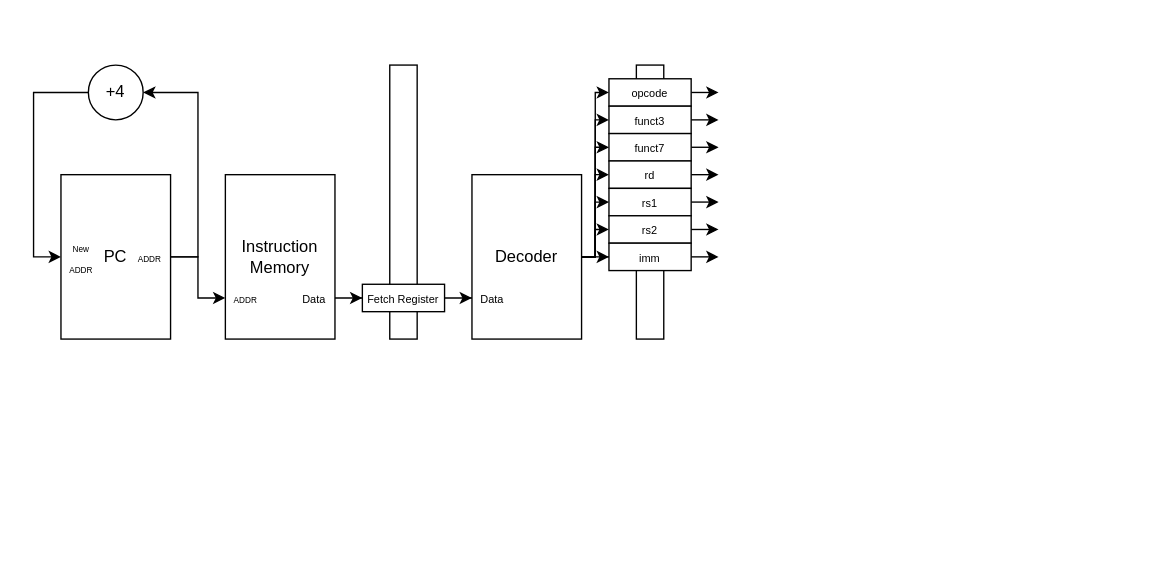
The draw.io diagram docs/imgs/microarchitecture/multi-cycle_datapath.drawio in WachirawichN/C0-CPU, before the edit. Source tidied: cells renumbered, new cells numbered last; positions are measured from the earlier drawing's top-left corner, leaving out a move shared by most shapes. Both pictures are drawn from the tidied source at 137%, with x=0, y=0 at pixel (33, 64).
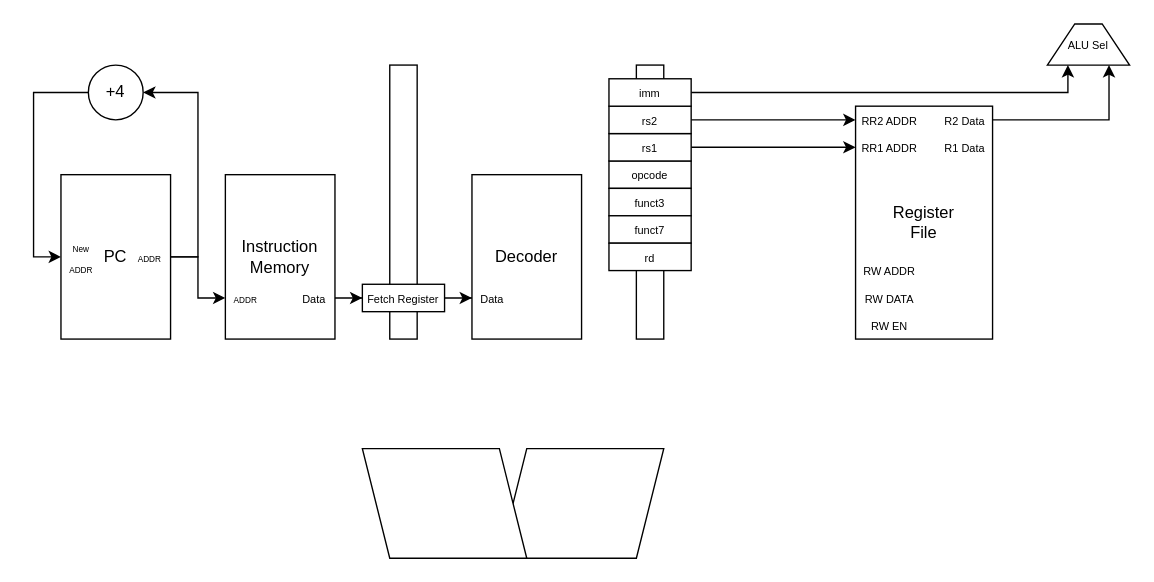
After the change.

Commit message (it also covers changes not shown here):
A bit of progress to execute stage section.

Unchanged cells that the change refers to:
```xml
<mxCell id="19" value="Decoder" style="rounded=0;whiteSpace=wrap;html=1;strokeColor=light-dark(#000000,#FFFFFF);fillColor=light-dark(#FFFFFF,#000000);" parent="18" vertex="1">
  <mxGeometry width="80" height="120" as="geometry" />
</mxCell>
```

The edit, as a diff of the source:
```diff
@@
-    <mxCell id="21" style="group;" parent="1" vertex="1">
-      <mxGeometry x="420" width="60" height="200" as="geometry" />
-    </mxCell>
+    <mxCell id="44" style="shape=parallelogram;perimeter=parallelogramPerimeter;whiteSpace=wrap;html=1;fixedSize=1;strokeColor=default;" parent="1" vertex="1">
+      <mxGeometry x="340" y="280" width="120" height="80" as="geometry" />
+    </mxCell>
+    <mxCell id="45" style="shape=parallelogram;perimeter=parallelogramPerimeter;whiteSpace=wrap;html=1;fixedSize=1;flipH=1;strokeColor=default;" parent="1" vertex="1">
+      <mxGeometry x="240" y="280" width="120" height="80" as="geometry" />
+    </mxCell>
-    <mxCell id="22" style="rounded=0;whiteSpace=wrap;html=1;strokeColor=light-dark(#000000,#FFFFFF);fillColor=light-dark(#FFFFFF,#000000);" parent="21" vertex="1">
-      <mxGeometry x="20" width="20" height="200" as="geometry" />
+    <mxCell id="22" style="rounded=0;whiteSpace=wrap;html=1;strokeColor=light-dark(#000000,#FFFFFF);fillColor=light-dark(#FFFFFF,#000000);" parent="1" vertex="1">
+      <mxGeometry x="440" width="20" height="200" as="geometry" />
     </mxCell>
-    <mxCell id="23" style="edgeStyle=orthogonalEdgeStyle;rounded=0;jettySize=auto;html=1;" parent="21" edge="1" source="24">
-      <mxGeometry relative="1" as="geometry">
-        <mxPoint x="80" y="20" as="targetPoint" />
-      </mxGeometry>
-    </mxCell>
-    <mxCell id="24" value="&lt;font style=&quot;font-size: 8px;&quot;&gt;opcode&lt;/font&gt;" style="rounded=0;whiteSpace=wrap;html=1;strokeColor=light-dark(#000000,#FFFFFF);fillColor=light-dark(#FFFFFF,#000000);" parent="21" vertex="1">
-      <mxGeometry y="10" width="60" height="20" as="geometry" />
+    <mxCell id="24" value="&lt;font style=&quot;font-size: 8px;&quot;&gt;opcode&lt;/font&gt;" style="rounded=0;whiteSpace=wrap;html=1;strokeColor=light-dark(#000000,#FFFFFF);fillColor=light-dark(#FFFFFF,#000000);" parent="1" vertex="1">
+      <mxGeometry x="420" y="70" width="60" height="20" as="geometry" />
     </mxCell>
-    <mxCell id="25" style="edgeStyle=orthogonalEdgeStyle;rounded=0;jettySize=auto;html=1;" parent="21" edge="1" source="26">
-      <mxGeometry relative="1" as="geometry">
-        <mxPoint x="80" y="40" as="targetPoint" />
-      </mxGeometry>
-    </mxCell>
-    <mxCell id="26" value="&lt;font style=&quot;font-size: 8px;&quot;&gt;funct3&lt;/font&gt;" style="rounded=0;whiteSpace=wrap;html=1;strokeColor=light-dark(#000000,#FFFFFF);fillColor=light-dark(#FFFFFF,#000000);" parent="21" vertex="1">
-      <mxGeometry y="30" width="60" height="20" as="geometry" />
+    <mxCell id="26" value="&lt;font style=&quot;font-size: 8px;&quot;&gt;funct3&lt;/font&gt;" style="rounded=0;whiteSpace=wrap;html=1;strokeColor=light-dark(#000000,#FFFFFF);fillColor=light-dark(#FFFFFF,#000000);" parent="1" vertex="1">
+      <mxGeometry x="420" y="90" width="60" height="20" as="geometry" />
     </mxCell>
-    <mxCell id="27" style="edgeStyle=orthogonalEdgeStyle;rounded=0;jettySize=auto;html=1;" parent="21" edge="1" source="28">
-      <mxGeometry relative="1" as="geometry">
-        <mxPoint x="80" y="60" as="targetPoint" />
-      </mxGeometry>
-    </mxCell>
-    <mxCell id="28" value="&lt;div&gt;&lt;font style=&quot;font-size: 8px;&quot;&gt;funct7&lt;/font&gt;&lt;/div&gt;" style="rounded=0;whiteSpace=wrap;html=1;strokeColor=light-dark(#000000,#FFFFFF);fillColor=light-dark(#FFFFFF,#000000);" parent="21" vertex="1">
-      <mxGeometry y="50" width="60" height="20" as="geometry" />
+    <mxCell id="28" value="&lt;div&gt;&lt;font style=&quot;font-size: 8px;&quot;&gt;funct7&lt;/font&gt;&lt;/div&gt;" style="rounded=0;whiteSpace=wrap;html=1;strokeColor=light-dark(#000000,#FFFFFF);fillColor=light-dark(#FFFFFF,#000000);" parent="1" vertex="1">
+      <mxGeometry x="420" y="110" width="60" height="20" as="geometry" />
     </mxCell>
-    <mxCell id="29" style="edgeStyle=orthogonalEdgeStyle;rounded=0;jettySize=auto;html=1;" parent="21" edge="1" source="30">
-      <mxGeometry relative="1" as="geometry">
-        <mxPoint x="80" y="80" as="targetPoint" />
-      </mxGeometry>
-    </mxCell>
-    <mxCell id="30" value="&lt;div&gt;&lt;font style=&quot;font-size: 8px;&quot;&gt;rd&lt;/font&gt;&lt;/div&gt;" style="rounded=0;whiteSpace=wrap;html=1;strokeColor=light-dark(#000000,#FFFFFF);fillColor=light-dark(#FFFFFF,#000000);" parent="21" vertex="1">
-      <mxGeometry y="70" width="60" height="20" as="geometry" />
+    <mxCell id="30" value="&lt;div&gt;&lt;font style=&quot;font-size: 8px;&quot;&gt;rd&lt;/font&gt;&lt;/div&gt;" style="rounded=0;whiteSpace=wrap;html=1;strokeColor=light-dark(#000000,#FFFFFF);fillColor=light-dark(#FFFFFF,#000000);" parent="1" vertex="1">
+      <mxGeometry x="420" y="130" width="60" height="20" as="geometry" />
     </mxCell>
-    <mxCell id="31" style="edgeStyle=orthogonalEdgeStyle;rounded=0;jettySize=auto;html=1;" parent="21" edge="1" source="32">
-      <mxGeometry relative="1" as="geometry">
-        <mxPoint x="80" y="100" as="targetPoint" />
-      </mxGeometry>
-    </mxCell>
+    <mxCell id="46" style="edgeStyle=orthogonalEdgeStyle;rounded=0;jettySize=auto;html=1;entryX=0;entryY=0.5;entryDx=0;entryDy=0;" parent="1" edge="1" source="32" target="52">
+      <mxGeometry relative="1" as="geometry" />
+    </mxCell>
-    <mxCell id="32" value="&lt;font style=&quot;font-size: 8px;&quot;&gt;rs1&lt;/font&gt;" style="rounded=0;whiteSpace=wrap;html=1;strokeColor=light-dark(#000000,#FFFFFF);fillColor=light-dark(#FFFFFF,#000000);" parent="21" vertex="1">
-      <mxGeometry y="90" width="60" height="20" as="geometry" />
+    <mxCell id="32" value="&lt;font style=&quot;font-size: 8px;&quot;&gt;rs1&lt;/font&gt;" style="rounded=0;whiteSpace=wrap;html=1;strokeColor=light-dark(#000000,#FFFFFF);fillColor=light-dark(#FFFFFF,#000000);" parent="1" vertex="1">
+      <mxGeometry x="420" y="50" width="60" height="20" as="geometry" />
     </mxCell>
-    <mxCell id="33" style="edgeStyle=orthogonalEdgeStyle;rounded=0;jettySize=auto;html=1;" parent="21" edge="1" source="34">
-      <mxGeometry relative="1" as="geometry">
-        <mxPoint x="80" y="120" as="targetPoint" />
-      </mxGeometry>
-    </mxCell>
+    <mxCell id="47" style="edgeStyle=orthogonalEdgeStyle;rounded=0;jettySize=auto;html=1;entryX=0;entryY=0.5;entryDx=0;entryDy=0;" parent="1" edge="1" source="34" target="53">
+      <mxGeometry relative="1" as="geometry" />
+    </mxCell>
-    <mxCell id="34" value="&lt;font style=&quot;font-size: 8px;&quot;&gt;rs2&lt;/font&gt;" style="rounded=0;whiteSpace=wrap;html=1;strokeColor=light-dark(#000000,#FFFFFF);fillColor=light-dark(#FFFFFF,#000000);" parent="21" vertex="1">
-      <mxGeometry y="110" width="60" height="20" as="geometry" />
+    <mxCell id="34" value="&lt;font style=&quot;font-size: 8px;&quot;&gt;rs2&lt;/font&gt;" style="rounded=0;whiteSpace=wrap;html=1;strokeColor=light-dark(#000000,#FFFFFF);fillColor=light-dark(#FFFFFF,#000000);" parent="1" vertex="1">
+      <mxGeometry x="420" y="30" width="60" height="20" as="geometry" />
     </mxCell>
-    <mxCell id="35" style="edgeStyle=orthogonalEdgeStyle;rounded=0;jettySize=auto;html=1;" parent="21" edge="1" source="36">
-      <mxGeometry relative="1" as="geometry">
-        <mxPoint x="80" y="140" as="targetPoint" />
-      </mxGeometry>
-    </mxCell>
+    <mxCell id="48" style="edgeStyle=orthogonalEdgeStyle;rounded=0;jettySize=auto;html=1;entryX=0.25;entryY=1;entryDx=0;entryDy=0;" parent="1" edge="1" source="36" target="50">
+      <mxGeometry relative="1" as="geometry" />
+    </mxCell>
-    <mxCell id="36" value="&lt;font style=&quot;font-size: 8px;&quot;&gt;imm&lt;/font&gt;" style="rounded=0;whiteSpace=wrap;html=1;strokeColor=light-dark(#000000,#FFFFFF);fillColor=light-dark(#FFFFFF,#000000);" parent="21" vertex="1">
-      <mxGeometry y="130" width="60" height="20" as="geometry" />
+    <mxCell id="36" value="&lt;font style=&quot;font-size: 8px;&quot;&gt;imm&lt;/font&gt;" style="rounded=0;whiteSpace=wrap;html=1;strokeColor=light-dark(#000000,#FFFFFF);fillColor=light-dark(#FFFFFF,#000000);" parent="1" vertex="1">
+      <mxGeometry x="420" y="10" width="60" height="20" as="geometry" />
     </mxCell>
-    <mxCell id="37" style="edgeStyle=orthogonalEdgeStyle;rounded=0;jettySize=auto;html=1;entryX=0;entryY=0.5;entryDx=0;entryDy=0;" parent="1" edge="1" source="19" target="24">
-      <mxGeometry relative="1" as="geometry">
-        <Array as="points">
-          <mxPoint x="410" y="140" />
-          <mxPoint x="410" y="20" />
-        </Array>
-      </mxGeometry>
-    </mxCell>
-    <mxCell id="38" style="edgeStyle=orthogonalEdgeStyle;rounded=0;jettySize=auto;html=1;entryX=0;entryY=0.5;entryDx=0;entryDy=0;" parent="1" edge="1" source="19" target="26">
-      <mxGeometry relative="1" as="geometry">
-        <Array as="points">
-          <mxPoint x="410" y="140" />
-          <mxPoint x="410" y="40" />
-        </Array>
-      </mxGeometry>
-    </mxCell>
-    <mxCell id="39" style="edgeStyle=orthogonalEdgeStyle;rounded=0;jettySize=auto;html=1;entryX=0;entryY=0.5;entryDx=0;entryDy=0;" parent="1" edge="1" source="19" target="28">
-      <mxGeometry relative="1" as="geometry">
-        <Array as="points">
-          <mxPoint x="410" y="140" />
-          <mxPoint x="410" y="60" />
-        </Array>
-      </mxGeometry>
-    </mxCell>
-    <mxCell id="40" style="edgeStyle=orthogonalEdgeStyle;rounded=0;jettySize=auto;html=1;entryX=0;entryY=0.5;entryDx=0;entryDy=0;" parent="1" edge="1" source="19" target="30">
-      <mxGeometry relative="1" as="geometry">
-        <Array as="points">
-          <mxPoint x="410" y="140" />
-          <mxPoint x="410" y="80" />
-        </Array>
-      </mxGeometry>
-    </mxCell>
-    <mxCell id="41" style="edgeStyle=orthogonalEdgeStyle;rounded=0;jettySize=auto;html=1;entryX=0;entryY=0.5;entryDx=0;entryDy=0;" parent="1" edge="1" source="19" target="32">
-      <mxGeometry relative="1" as="geometry">
-        <Array as="points">
-          <mxPoint x="410" y="140" />
-          <mxPoint x="410" y="100" />
-        </Array>
-      </mxGeometry>
-    </mxCell>
-    <mxCell id="42" style="edgeStyle=orthogonalEdgeStyle;rounded=0;jettySize=auto;html=1;entryX=0;entryY=0.5;entryDx=0;entryDy=0;" parent="1" edge="1" source="19" target="34">
-      <mxGeometry relative="1" as="geometry">
-        <Array as="points">
-          <mxPoint x="410" y="140" />
-          <mxPoint x="410" y="120" />
-        </Array>
-      </mxGeometry>
-    </mxCell>
-    <mxCell id="43" style="edgeStyle=orthogonalEdgeStyle;rounded=0;jettySize=auto;html=1;entryX=0;entryY=0.5;entryDx=0;entryDy=0;" parent="1" edge="1" source="19" target="36">
-      <mxGeometry relative="1" as="geometry" />
-    </mxCell>
+    <mxCell id="49" style="edgeStyle=orthogonalEdgeStyle;rounded=0;jettySize=auto;html=1;entryX=0.75;entryY=1;entryDx=0;entryDy=0;" parent="1" edge="1" source="55" target="50">
+      <mxGeometry relative="1" as="geometry" />
+    </mxCell>
+    <mxCell id="50" value="&lt;font style=&quot;font-size: 8px;&quot;&gt;ALU Sel&lt;/font&gt;" style="shape=trapezoid;perimeter=trapezoidPerimeter;whiteSpace=wrap;html=1;fixedSize=1;rotation=0;" parent="1" vertex="1">
+      <mxGeometry x="740" y="-30" width="60" height="30" as="geometry" />
+    </mxCell>
+    <mxCell id="51" value="&lt;div&gt;Register&lt;/div&gt;&lt;div&gt;File&lt;/div&gt;" style="rounded=0;whiteSpace=wrap;html=1;strokeColor=light-dark(#000000,#FFFFFF);fillColor=light-dark(#FFFFFF,#000000);" parent="1" vertex="1">
+      <mxGeometry x="600" y="30" width="100" height="170" as="geometry" />
+    </mxCell>
+    <mxCell id="52" value="&lt;font style=&quot;font-size: 8px;&quot;&gt;RR1 ADDR&lt;/font&gt;" style="text;html=1;whiteSpace=wrap;strokeColor=none;fillColor=none;align=center;verticalAlign=middle;rounded=0;" parent="1" vertex="1">
+      <mxGeometry x="600" y="50" width="50" height="20" as="geometry" />
+    </mxCell>
+    <mxCell id="53" value="&lt;font style=&quot;font-size: 8px;&quot;&gt;RR2 ADDR&lt;/font&gt;" style="text;html=1;whiteSpace=wrap;strokeColor=none;fillColor=none;align=center;verticalAlign=middle;rounded=0;" parent="1" vertex="1">
+      <mxGeometry x="600" y="30" width="50" height="20" as="geometry" />
+    </mxCell>
+    <mxCell id="54" value="&lt;font style=&quot;font-size: 8px;&quot;&gt;R1 Data&lt;/font&gt;" style="text;html=1;whiteSpace=wrap;strokeColor=none;fillColor=none;align=center;verticalAlign=middle;rounded=0;" parent="1" vertex="1">
+      <mxGeometry x="660" y="50" width="40" height="20" as="geometry" />
+    </mxCell>
+    <mxCell id="55" value="&lt;font style=&quot;font-size: 8px;&quot;&gt;R2 Data&lt;/font&gt;" style="text;html=1;whiteSpace=wrap;strokeColor=none;fillColor=none;align=center;verticalAlign=middle;rounded=0;" parent="1" vertex="1">
+      <mxGeometry x="660" y="30" width="40" height="20" as="geometry" />
+    </mxCell>
+    <mxCell id="56" value="&lt;font style=&quot;font-size: 8px;&quot;&gt;RW ADDR&lt;/font&gt;" style="text;html=1;whiteSpace=wrap;strokeColor=none;fillColor=none;align=center;verticalAlign=middle;rounded=0;" parent="1" vertex="1">
+      <mxGeometry x="600" y="140" width="50" height="20" as="geometry" />
+    </mxCell>
+    <mxCell id="57" value="&lt;font style=&quot;font-size: 8px;&quot;&gt;RW DATA&lt;/font&gt;" style="text;html=1;whiteSpace=wrap;strokeColor=none;fillColor=none;align=center;verticalAlign=middle;rounded=0;" parent="1" vertex="1">
+      <mxGeometry x="600" y="160" width="50" height="20" as="geometry" />
+    </mxCell>
+    <mxCell id="58" value="&lt;font style=&quot;font-size: 8px;&quot;&gt;RW EN&lt;/font&gt;" style="text;html=1;whiteSpace=wrap;strokeColor=none;fillColor=none;align=center;verticalAlign=middle;rounded=0;" parent="1" vertex="1">
+      <mxGeometry x="600" y="180" width="50" height="20" as="geometry" />
+    </mxCell>
```
